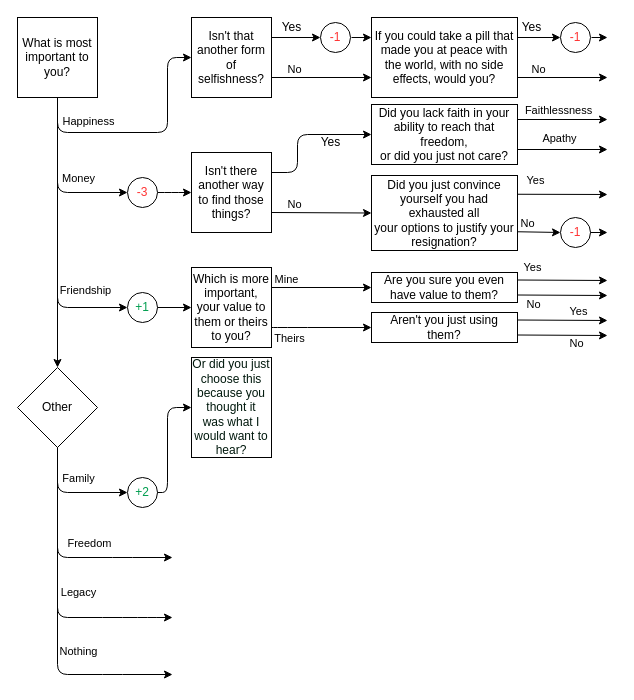
Before: assets/media/reborn/Untitled Diagram.drawio in BIGJRA/BIGJRA.github.io, a draw.io diagram. Source tidied: cells renumbered, new cells numbered last; positions are measured from the earlier drawing's top-left corner, leaving out a move shared by most shapes. Both pictures are drawn from the tidied source at 100%, with x=0, y=0 at pixel (17, 17).
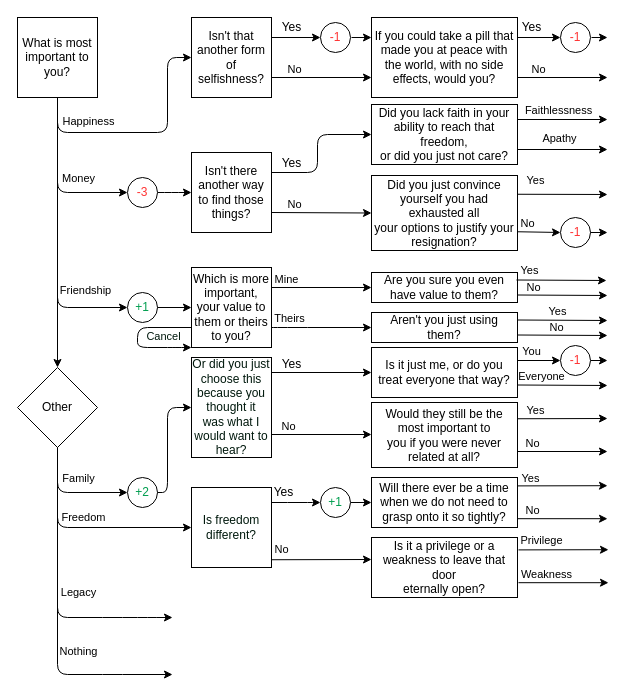
Above is the later version.

Unchanged cells that the change refers to:
```xml
<mxCell id="31" value="Isn't there another way to find those things?" style="whiteSpace=wrap;html=1;fontColor=#000000;" parent="1" vertex="1">
  <mxGeometry x="174" y="135" width="80" height="80" as="geometry" />
</mxCell>
<mxCell id="37" value="Did you lack faith in your ability to reach that freedom, &lt;br&gt;or did you just not care?" style="rounded=0;whiteSpace=wrap;html=1;fontColor=default;" parent="1" vertex="1">
  <mxGeometry x="354" y="87" width="146" height="60" as="geometry" />
</mxCell>
<mxCell id="50" value="Which is more important, your value to &lt;br&gt;them or theirs to you?" style="whiteSpace=wrap;html=1;fontColor=#000000;" parent="1" vertex="1">
  <mxGeometry x="174" y="250" width="80" height="80" as="geometry" />
</mxCell>
<mxCell id="52" value="Other" style="rhombus;whiteSpace=wrap;html=1;fontColor=default;" parent="1" vertex="1">
  <mxGeometry y="350" width="80" height="80" as="geometry" />
</mxCell>
<mxCell id="57" value="Are you sure you even have value to them?" style="rounded=0;whiteSpace=wrap;html=1;fontColor=default;" parent="1" vertex="1">
  <mxGeometry x="354" y="255" width="146" height="30" as="geometry" />
</mxCell>
<mxCell id="60" style="endArrow=classic;html=1;fontColor=#FF3333;exitX=1;exitY=0.75;exitDx=0;exitDy=0;" parent="1" edge="1" source="57">
  <mxGeometry relative="1" as="geometry">
    <mxPoint x="590" y="278" as="targetPoint" />
  </mxGeometry>
</mxCell>
<mxCell id="64" style="endArrow=classic;html=1;fontColor=#FF3333;exitX=1;exitY=0.75;exitDx=0;exitDy=0;" parent="1" edge="1" source="62">
  <mxGeometry relative="1" as="geometry">
    <mxPoint x="590" y="318" as="targetPoint" />
  </mxGeometry>
</mxCell>
<mxCell id="71" value="&lt;font color=&quot;#00190D&quot;&gt;Or did you just choose this because you thought it &lt;br&gt;was what I would want to hear?&lt;/font&gt;" style="rounded=0;whiteSpace=wrap;html=1;fontColor=#009E4F;" parent="1" vertex="1">
  <mxGeometry x="174" y="340" width="80" height="100" as="geometry" />
</mxCell>
```

Change to the diagram source:
```diff
@@
-    <mxCell id="8" style="endArrow=classic;html=1;exitX=0.5;exitY=1;exitDx=0;exitDy=0;" parent="1" edge="1" source="52">
+    <mxCell id="8" style="endArrow=classic;html=1;exitX=0.5;exitY=1;exitDx=0;exitDy=0;entryX=0;entryY=0.5;entryDx=0;entryDy=0;" parent="1" edge="1" source="52" target="90">
       <mxGeometry relative="1" as="geometry">
-        <mxPoint x="155" y="540" as="targetPoint" />
         <Array as="points">
-          <mxPoint x="40" y="540" />
-          <mxPoint x="105" y="540" />
+          <mxPoint x="40" y="510" />
         </Array>
       </mxGeometry>
     </mxCell>
     <mxCell id="9" value="&lt;div&gt;Freedom&lt;/div&gt;" style="edgeLabel;html=1;align=center;verticalAlign=middle;" parent="8" vertex="1">
       <mxGeometry relative="1" as="geometry">
-        <mxPoint x="28" y="-15" as="offset" />
+        <mxPoint x="-2" y="-11" as="offset" />
       </mxGeometry>
     </mxCell>
@@
     <mxCell id="33" style="endArrow=classic;html=1;fontColor=#FF3333;exitX=1;exitY=0.25;exitDx=0;exitDy=0;entryX=0;entryY=0.5;entryDx=0;entryDy=0;" parent="1" edge="1" source="31" target="37">
       <mxGeometry relative="1" as="geometry">
         <Array as="points">
-          <mxPoint x="280" y="155" />
-          <mxPoint x="280" y="117" />
+          <mxPoint x="300" y="155" />
+          <mxPoint x="300" y="117" />
         </Array>
       </mxGeometry>
     </mxCell>
@@
     <mxCell id="36" value="Yes" style="text;html=1;align=center;verticalAlign=middle;fillColor=none;strokeColor=none;rounded=0;fontColor=default;" parent="1" vertex="1">
-      <mxGeometry x="293" y="115" width="40" height="20" as="geometry" />
+      <mxGeometry x="254" y="136" width="40" height="20" as="geometry" />
     </mxCell>
@@
     <mxCell id="56" value="Theirs" style="edgeLabel;html=1;align=center;verticalAlign=middle;fontColor=default;" parent="1" vertex="1">
-      <mxGeometry x="274" y="350" as="geometry">
+      <mxGeometry x="274" y="330" as="geometry">
         <mxPoint x="-3" y="-30" as="offset" />
       </mxGeometry>
     </mxCell>
@@
-    <mxCell id="58" style="endArrow=classic;html=1;fontColor=#FF3333;exitX=1;exitY=0.25;exitDx=0;exitDy=0;" parent="1" edge="1" source="57">
+    <mxCell id="58" style="endArrow=classic;html=1;fontColor=#FF3333;exitX=1;exitY=0.25;exitDx=0;exitDy=0;" parent="1" edge="1">
       <mxGeometry relative="1" as="geometry">
-        <mxPoint x="590" y="263" as="targetPoint" />
+        <mxPoint x="499" y="262.5" as="sourcePoint" />
+        <mxPoint x="589" y="263" as="targetPoint" />
       </mxGeometry>
     </mxCell>
     <mxCell id="59" value="Yes" style="edgeLabel;html=1;align=center;verticalAlign=middle;fontColor=default;" parent="58" vertex="1">
       <mxGeometry x="-0.56" y="7" relative="1" as="geometry">
-        <mxPoint x="-6" y="-6" as="offset" />
+        <mxPoint x="-8" y="-3" as="offset" />
       </mxGeometry>
     </mxCell>
@@
     <mxCell id="61" value="No" style="edgeLabel;html=1;align=center;verticalAlign=middle;fontColor=default;" parent="60" vertex="1">
       <mxGeometry x="-0.56" y="7" relative="1" as="geometry">
-        <mxPoint x="-5" y="16" as="offset" />
+        <mxPoint x="-5" y="-1" as="offset" />
       </mxGeometry>
     </mxCell>
@@
     <mxCell id="65" value="No" style="edgeLabel;html=1;align=center;verticalAlign=middle;fontColor=default;" parent="64" vertex="1">
       <mxGeometry x="-0.56" y="7" relative="1" as="geometry">
-        <mxPoint x="38" y="15" as="offset" />
+        <mxPoint x="18" y="-1" as="offset" />
       </mxGeometry>
     </mxCell>
     <mxCell id="66" value="Yes" style="edgeLabel;html=1;align=center;verticalAlign=middle;fontColor=default;" parent="1" vertex="1">
-      <mxGeometry x="573" y="231" as="geometry">
+      <mxGeometry x="552" y="231" as="geometry">
         <mxPoint x="-13" y="62" as="offset" />
       </mxGeometry>
     </mxCell>
@@
+    <mxCell id="72" value="No" style="edgeLabel;html=1;align=center;verticalAlign=middle;fontColor=default;" parent="1" vertex="1">
+      <mxGeometry x="270" y="408" as="geometry" />
+    </mxCell>
+    <mxCell id="73" value="Yes" style="text;html=1;align=center;verticalAlign=middle;fillColor=none;strokeColor=none;rounded=0;fontColor=default;" parent="1" vertex="1">
+      <mxGeometry x="254" y="337" width="40" height="20" as="geometry" />
+    </mxCell>
+    <mxCell id="74" value="Is it just me, or do you treat everyone that way?" style="rounded=0;whiteSpace=wrap;html=1;fontColor=default;" parent="1" vertex="1">
+      <mxGeometry x="354" y="330" width="146" height="50" as="geometry" />
+    </mxCell>
+    <mxCell id="75" style="endArrow=classic;html=1;fontColor=#FF3333;entryX=0;entryY=0.5;entryDx=0;entryDy=0;" parent="1" edge="1" target="87">
+      <mxGeometry relative="1" as="geometry">
+        <mxPoint x="500" y="343" as="sourcePoint" />
+      </mxGeometry>
+    </mxCell>
+    <mxCell id="76" value="You" style="edgeLabel;html=1;align=center;verticalAlign=middle;fontColor=default;" parent="75" vertex="1">
+      <mxGeometry x="-0.56" y="7" relative="1" as="geometry">
+        <mxPoint x="4" y="-3" as="offset" />
+      </mxGeometry>
+    </mxCell>
+    <mxCell id="77" style="endArrow=classic;html=1;fontColor=#FF3333;exitX=1;exitY=0.75;exitDx=0;exitDy=0;" parent="1" edge="1" source="74">
+      <mxGeometry relative="1" as="geometry">
+        <mxPoint x="590" y="368" as="targetPoint" />
+      </mxGeometry>
+    </mxCell>
+    <mxCell id="78" value="Everyone" style="edgeLabel;html=1;align=center;verticalAlign=middle;fontColor=default;" parent="77" vertex="1">
+      <mxGeometry x="-0.56" y="7" relative="1" as="geometry">
+        <mxPoint x="3" y="-2" as="offset" />
+      </mxGeometry>
+    </mxCell>
+    <mxCell id="79" value="Would they still be the most important to &lt;br&gt;you if you were never related at all?" style="rounded=0;whiteSpace=wrap;html=1;fontColor=default;" parent="1" vertex="1">
+      <mxGeometry x="354" y="385" width="146" height="65" as="geometry" />
+    </mxCell>
+    <mxCell id="80" style="endArrow=classic;html=1;fontColor=#FF3333;exitX=1;exitY=0.25;exitDx=0;exitDy=0;snapToPoint=1;flowAnimation=0;orthogonal=1;" parent="1" edge="1" source="79">
+      <mxGeometry relative="1" as="geometry">
+        <mxPoint x="590" y="401" as="targetPoint" />
+      </mxGeometry>
+    </mxCell>
+    <mxCell id="81" style="endArrow=classic;html=1;fontColor=#FF3333;" parent="1" edge="1">
+      <mxGeometry relative="1" as="geometry">
+        <mxPoint x="500" y="434" as="sourcePoint" />
+        <mxPoint x="590" y="434" as="targetPoint" />
+      </mxGeometry>
+    </mxCell>
+    <mxCell id="82" value="No" style="edgeLabel;html=1;align=center;verticalAlign=middle;fontColor=default;" parent="81" vertex="1">
+      <mxGeometry x="-0.56" y="7" relative="1" as="geometry">
+        <mxPoint x="-6" y="-2" as="offset" />
+      </mxGeometry>
+    </mxCell>
+    <mxCell id="83" style="endArrow=classic;html=1;fontColor=#FF3333;exitX=1;exitY=0.5;exitDx=0;exitDy=0;" parent="1" edge="1" source="87">
+      <mxGeometry relative="1" as="geometry">
+        <mxPoint x="590" y="343" as="targetPoint" />
+      </mxGeometry>
+    </mxCell>
+    <mxCell id="84" value="Yes" style="edgeLabel;html=1;align=center;verticalAlign=middle;fontColor=default;" parent="1" vertex="1">
+      <mxGeometry x="530" y="330" as="geometry">
+        <mxPoint x="-13" y="62" as="offset" />
+      </mxGeometry>
+    </mxCell>
+    <mxCell id="85" style="endArrow=classic;html=1;exitX=1;exitY=0.15;exitDx=0;exitDy=0;entryX=0;entryY=0.5;entryDx=0;entryDy=0;exitPerimeter=0;" parent="1" edge="1" source="71" target="74">
+      <mxGeometry relative="1" as="geometry" />
+    </mxCell>
+    <mxCell id="86" style="endArrow=classic;html=1;exitX=1;exitY=0.15;exitDx=0;exitDy=0;entryX=0;entryY=0.5;entryDx=0;entryDy=0;exitPerimeter=0;" parent="1" edge="1">
+      <mxGeometry relative="1" as="geometry">
+        <mxPoint x="254" y="417" as="sourcePoint" />
+        <mxPoint x="354" y="417" as="targetPoint" />
+      </mxGeometry>
+    </mxCell>
+    <mxCell id="87" value="-1" style="ellipse;whiteSpace=wrap;html=1;fontColor=#FF3333;" parent="1" vertex="1">
+      <mxGeometry x="543" y="328" width="30" height="30" as="geometry" />
+    </mxCell>
+    <mxCell id="88" style="endArrow=classic;html=1;fontColor=#009E4F;exitX=0;exitY=0.75;exitDx=0;exitDy=0;entryX=0;entryY=1;entryDx=0;entryDy=0;rounded=1;" parent="1" edge="1" source="50" target="50">
+      <mxGeometry relative="1" as="geometry">
+        <Array as="points">
+          <mxPoint x="120" y="310" />
+          <mxPoint x="120" y="330" />
+          <mxPoint x="160" y="330" />
+        </Array>
+      </mxGeometry>
+    </mxCell>
+    <mxCell id="89" value="&lt;font color=&quot;#00190D&quot;&gt;Cancel&lt;/font&gt;" style="edgeLabel;html=1;align=center;verticalAlign=middle;fontColor=#009E4F;" parent="88" vertex="1">
+      <mxGeometry x="-0.43" y="8" relative="1" as="geometry">
+        <mxPoint x="7" as="offset" />
+      </mxGeometry>
+    </mxCell>
+    <mxCell id="90" value="&lt;font color=&quot;#00190D&quot;&gt;Is freedom different?&lt;/font&gt;" style="rounded=0;whiteSpace=wrap;html=1;fontColor=#009E4F;" parent="1" vertex="1">
+      <mxGeometry x="174" y="470" width="80" height="80" as="geometry" />
+    </mxCell>
+    <mxCell id="91" style="endArrow=classic;html=1;entryX=0;entryY=0.5;entryDx=0;entryDy=0;noJump=0;flowAnimation=0;orthogonal=0;enumerate=0;comic=0;rounded=1;" parent="1" edge="1" target="106">
+      <mxGeometry relative="1" as="geometry">
+        <mxPoint x="254" y="485" as="sourcePoint" />
+        <Array as="points">
+          <mxPoint x="280" y="485" />
+          <mxPoint x="300" y="485" />
+        </Array>
+      </mxGeometry>
+    </mxCell>
+    <mxCell id="92" style="endArrow=classic;html=1;exitX=1;exitY=0.903;exitDx=0;exitDy=0;exitPerimeter=0;" parent="1" edge="1" source="90">
+      <mxGeometry relative="1" as="geometry">
+        <mxPoint x="354" y="542" as="targetPoint" />
+      </mxGeometry>
+    </mxCell>
+    <mxCell id="93" value="Yes" style="text;html=1;align=center;verticalAlign=middle;fillColor=none;strokeColor=none;rounded=0;fontColor=default;" parent="1" vertex="1">
+      <mxGeometry x="246" y="465" width="40" height="20" as="geometry" />
+    </mxCell>
+    <mxCell id="94" value="No" style="edgeLabel;html=1;align=center;verticalAlign=middle;fontColor=default;" parent="1" vertex="1">
+      <mxGeometry x="254" y="460" as="geometry">
+        <mxPoint x="9" y="71" as="offset" />
+      </mxGeometry>
+    </mxCell>
+    <mxCell id="95" value="Will there ever be a time when we do not need to &lt;br&gt;grasp onto it so tightly?" style="rounded=0;whiteSpace=wrap;html=1;fontColor=default;" parent="1" vertex="1">
+      <mxGeometry x="354" y="460" width="146" height="50" as="geometry" />
+    </mxCell>
+    <mxCell id="96" value="Is it a privilege or a weakness to leave that door &lt;br&gt;eternally open?" style="rounded=0;whiteSpace=wrap;html=1;fontColor=default;" parent="1" vertex="1">
+      <mxGeometry x="354" y="520" width="146" height="60" as="geometry" />
+    </mxCell>
+    <mxCell id="97" style="endArrow=classic;html=1;fontColor=#FF3333;exitX=1;exitY=0.25;exitDx=0;exitDy=0;snapToPoint=1;flowAnimation=0;orthogonal=1;" parent="1" edge="1">
+      <mxGeometry relative="1" as="geometry">
+        <mxPoint x="500" y="468.4" as="sourcePoint" />
+        <mxPoint x="590" y="468.2" as="targetPoint" />
+      </mxGeometry>
+    </mxCell>
+    <mxCell id="98" style="endArrow=classic;html=1;fontColor=#FF3333;" parent="1" edge="1">
+      <mxGeometry relative="1" as="geometry">
+        <mxPoint x="500" y="501.2" as="sourcePoint" />
+        <mxPoint x="590" y="501.2" as="targetPoint" />
+      </mxGeometry>
+    </mxCell>
+    <mxCell id="99" value="No" style="edgeLabel;html=1;align=center;verticalAlign=middle;fontColor=default;" parent="98" vertex="1">
+      <mxGeometry x="-0.56" y="7" relative="1" as="geometry">
+        <mxPoint x="-6" y="-2" as="offset" />
+      </mxGeometry>
+    </mxCell>
+    <mxCell id="100" value="Yes" style="edgeLabel;html=1;align=center;verticalAlign=middle;fontColor=default;" parent="1" vertex="1">
+      <mxGeometry x="525" y="398" as="geometry">
+        <mxPoint x="-13" y="62" as="offset" />
+      </mxGeometry>
+    </mxCell>
+    <mxCell id="101" style="endArrow=classic;html=1;fontColor=#FF3333;exitX=1;exitY=0.25;exitDx=0;exitDy=0;snapToPoint=1;flowAnimation=0;orthogonal=1;" parent="1" edge="1">
+      <mxGeometry relative="1" as="geometry">
+        <mxPoint x="501" y="532.4" as="sourcePoint" />
+        <mxPoint x="591" y="532.2" as="targetPoint" />
+      </mxGeometry>
+    </mxCell>
+    <mxCell id="102" style="endArrow=classic;html=1;fontColor=#FF3333;" parent="1" edge="1">
+      <mxGeometry relative="1" as="geometry">
+        <mxPoint x="501" y="565.2" as="sourcePoint" />
+        <mxPoint x="591" y="565.2" as="targetPoint" />
+      </mxGeometry>
+    </mxCell>
+    <mxCell id="103" value="Weakness" style="edgeLabel;html=1;align=center;verticalAlign=middle;fontColor=default;" parent="102" vertex="1">
+      <mxGeometry x="-0.56" y="7" relative="1" as="geometry">
+        <mxPoint x="7" y="-2" as="offset" />
+      </mxGeometry>
+    </mxCell>
+    <mxCell id="104" value="Privilege" style="edgeLabel;html=1;align=center;verticalAlign=middle;fontColor=default;" parent="1" vertex="1">
+      <mxGeometry x="536" y="460" as="geometry">
+        <mxPoint x="-13" y="62" as="offset" />
+      </mxGeometry>
+    </mxCell>
+    <mxCell id="105" style="edgeStyle=orthogonalEdgeStyle;rounded=1;comic=0;jettySize=auto;html=1;exitX=1;exitY=0.5;exitDx=0;exitDy=0;entryX=0;entryY=0.5;entryDx=0;entryDy=0;fontColor=#00190D;" parent="1" edge="1" source="106" target="95">
+      <mxGeometry relative="1" as="geometry" />
+    </mxCell>
+    <mxCell id="106" value="&lt;font color=&quot;#009E4F&quot;&gt;+1&lt;/font&gt;" style="ellipse;whiteSpace=wrap;html=1;fontColor=default;" parent="1" vertex="1">
+      <mxGeometry x="303" y="470" width="30" height="30" as="geometry" />
+    </mxCell>
```
